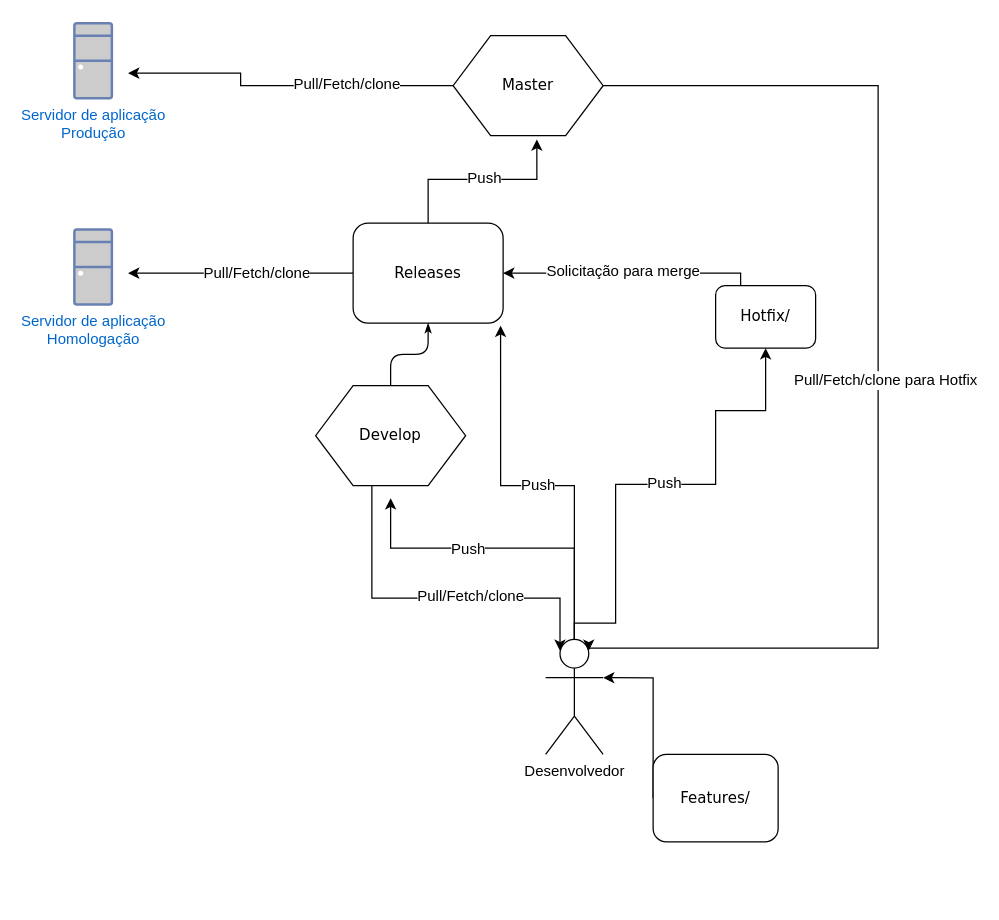
Earlier version of the draw.io diagram Fluxo de trabalho Git (1) (1).drawio (marceloviana/git-flow). Source tidied: cells renumbered, new cells numbered last; positions are measured from the earlier drawing's top-left corner, leaving out a move shared by most shapes. Both pictures are drawn from the tidied source at 125%, with x=0, y=0 at pixel (74, 22).
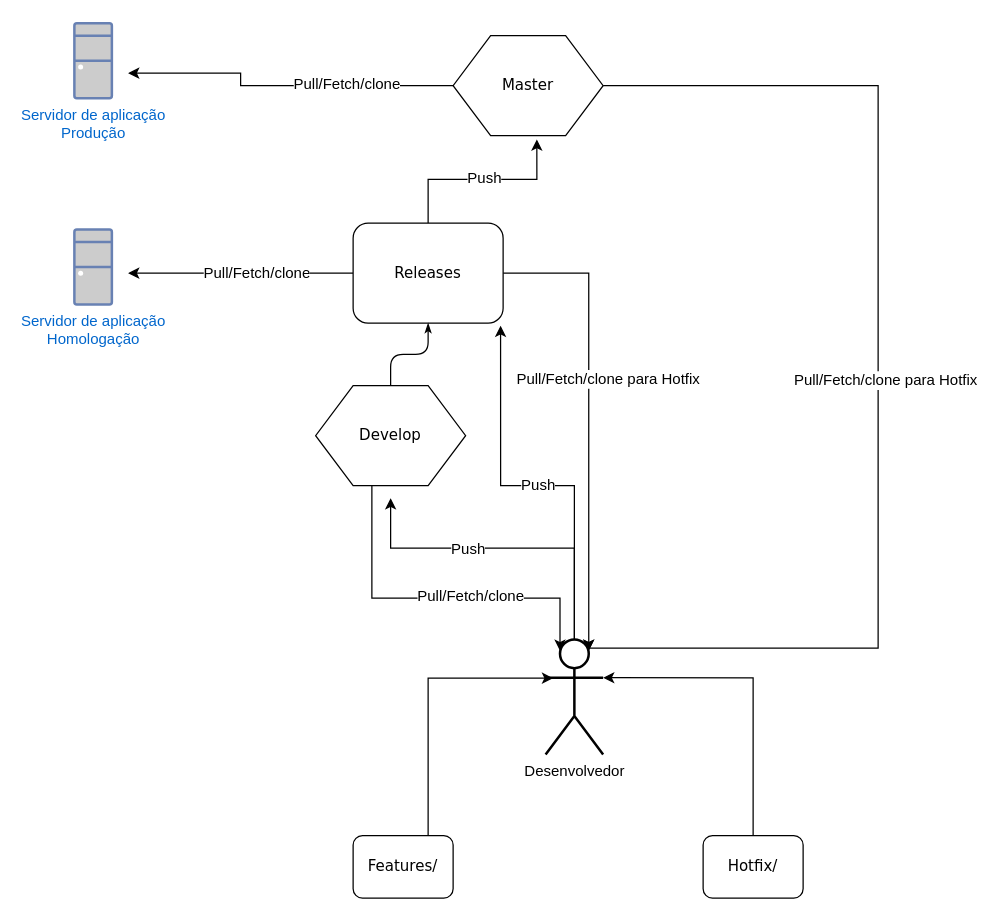
The same page after the edit.

Unchanged cells that the change refers to:
```xml
<mxCell id="11" value="Releases&lt;br&gt;" style="rounded=1;whiteSpace=wrap;html=1;shadow=0;labelBackgroundColor=none;strokeColor=#000000;strokeWidth=1;fillColor=#ffffff;fontFamily=Verdana;fontSize=12;fontColor=#000000;align=center;" parent="1" vertex="1">
  <mxGeometry x="223" y="160" width="120" height="80" as="geometry" />
</mxCell>
```

What changed in the source:
```diff
@@
+    <mxCell id="30" style="edgeStyle=orthogonalEdgeStyle;rounded=0;jettySize=auto;html=1;exitX=1;exitY=0.5;exitDx=0;exitDy=0;entryX=0.75;entryY=0.1;entryDx=0;entryDy=0;entryPerimeter=0;" parent="1" edge="1" source="11" target="22">
+      <mxGeometry relative="1" as="geometry" />
+    </mxCell>
+    <mxCell id="31" value="Pull/Fetch/clone para Hotfix" style="text;html=1;align=center;verticalAlign=middle;labelBackgroundColor=#ffffff;" parent="30" vertex="1">
+      <mxGeometry x="-0.08" y="1" relative="1" as="geometry">
+        <mxPoint x="14" y="-18" as="offset" />
+      </mxGeometry>
+    </mxCell>
@@
-    <mxCell id="18" style="edgeStyle=orthogonalEdgeStyle;rounded=0;jettySize=auto;html=1;exitX=0.5;exitY=0;exitDx=0;exitDy=0;exitPerimeter=0;entryX=0.5;entryY=1;entryDx=0;entryDy=0;" parent="1" edge="1" source="22" target="25">
-      <mxGeometry relative="1" as="geometry">
-        <Array as="points">
-          <mxPoint x="400" y="480" />
-          <mxPoint x="433" y="480" />
-          <mxPoint x="433" y="369" />
-          <mxPoint x="513" y="369" />
-          <mxPoint x="513" y="310" />
-          <mxPoint x="553" y="310" />
-        </Array>
-      </mxGeometry>
-    </mxCell>
-    <mxCell id="19" value="Push&lt;br&gt;" style="text;html=1;align=center;verticalAlign=middle;labelBackgroundColor=#ffffff;" parent="18" vertex="1">
-      <mxGeometry x="-0.06" y="-1" relative="1" as="geometry">
-        <mxPoint x="14" y="-3" as="offset" />
-      </mxGeometry>
-    </mxCell>
@@
-    <mxCell id="22" value="Desenvolvedor" style="shape=umlActor;verticalLabelPosition=bottom;labelBackgroundColor=#ffffff;verticalAlign=top;html=1;outlineConnect=0;" parent="1" vertex="1">
+    <mxCell id="22" value="Desenvolvedor" style="shape=umlActor;verticalLabelPosition=bottom;labelBackgroundColor=#ffffff;verticalAlign=top;html=1;outlineConnect=0;gradientColor=none;strokeWidth=2;" parent="1" vertex="1">
       <mxGeometry x="377" y="493" width="46" height="92" as="geometry" />
     </mxCell>
-    <mxCell id="23" style="edgeStyle=orthogonalEdgeStyle;rounded=0;jettySize=auto;html=1;exitX=0.25;exitY=0;exitDx=0;exitDy=0;entryX=1;entryY=0.5;entryDx=0;entryDy=0;" parent="1" edge="1" source="25" target="11">
-      <mxGeometry relative="1" as="geometry">
-        <Array as="points">
-          <mxPoint x="533" y="200" />
-        </Array>
-      </mxGeometry>
-    </mxCell>
-    <mxCell id="24" value="Solicitação para merge" style="text;html=1;align=center;verticalAlign=middle;labelBackgroundColor=#ffffff;" parent="23" vertex="1">
-      <mxGeometry x="0.15" y="1" relative="1" as="geometry">
-        <mxPoint x="10" y="-3" as="offset" />
-      </mxGeometry>
-    </mxCell>
+    <mxCell id="32" style="edgeStyle=orthogonalEdgeStyle;rounded=0;jettySize=auto;html=1;exitX=0.5;exitY=0;exitDx=0;exitDy=0;entryX=1;entryY=0.3333333333333333;entryDx=0;entryDy=0;entryPerimeter=0;" parent="1" edge="1" source="25" target="22">
+      <mxGeometry relative="1" as="geometry" />
+    </mxCell>
     <mxCell id="25" value="Hotfix/&lt;br&gt;" style="rounded=1;whiteSpace=wrap;html=1;shadow=0;labelBackgroundColor=none;strokeColor=#000000;strokeWidth=1;fillColor=#ffffff;fontFamily=Verdana;fontSize=12;fontColor=#000000;align=center;" parent="1" vertex="1">
-      <mxGeometry x="513" y="210" width="80" height="50" as="geometry" />
+      <mxGeometry x="503" y="650" width="80" height="50" as="geometry" />
     </mxCell>
-    <mxCell id="26" style="edgeStyle=orthogonalEdgeStyle;rounded=0;jettySize=auto;html=1;exitX=0;exitY=0.5;exitDx=0;exitDy=0;entryX=1;entryY=0.3333333333333333;entryDx=0;entryDy=0;entryPerimeter=0;" parent="1" edge="1" source="27" target="22">
+    <mxCell id="26" style="edgeStyle=orthogonalEdgeStyle;rounded=0;jettySize=auto;html=1;exitX=0.5;exitY=0;exitDx=0;exitDy=0;" parent="1" edge="1" source="27">
       <mxGeometry relative="1" as="geometry">
+        <mxPoint x="383" y="524" as="targetPoint" />
         <Array as="points">
-          <mxPoint x="463" y="541" />
-          <mxPoint x="463" y="524" />
+          <mxPoint x="283" y="650" />
+          <mxPoint x="283" y="524" />
         </Array>
       </mxGeometry>
     </mxCell>
     <mxCell id="27" value="Features/&lt;br&gt;" style="rounded=1;whiteSpace=wrap;html=1;shadow=0;labelBackgroundColor=none;strokeColor=#000000;strokeWidth=1;fillColor=#ffffff;fontFamily=Verdana;fontSize=12;fontColor=#000000;align=center;" parent="1" vertex="1">
-      <mxGeometry x="463" y="585" width="100" height="70" as="geometry" />
+      <mxGeometry x="223" y="650" width="80" height="50" as="geometry" />
     </mxCell>
```
